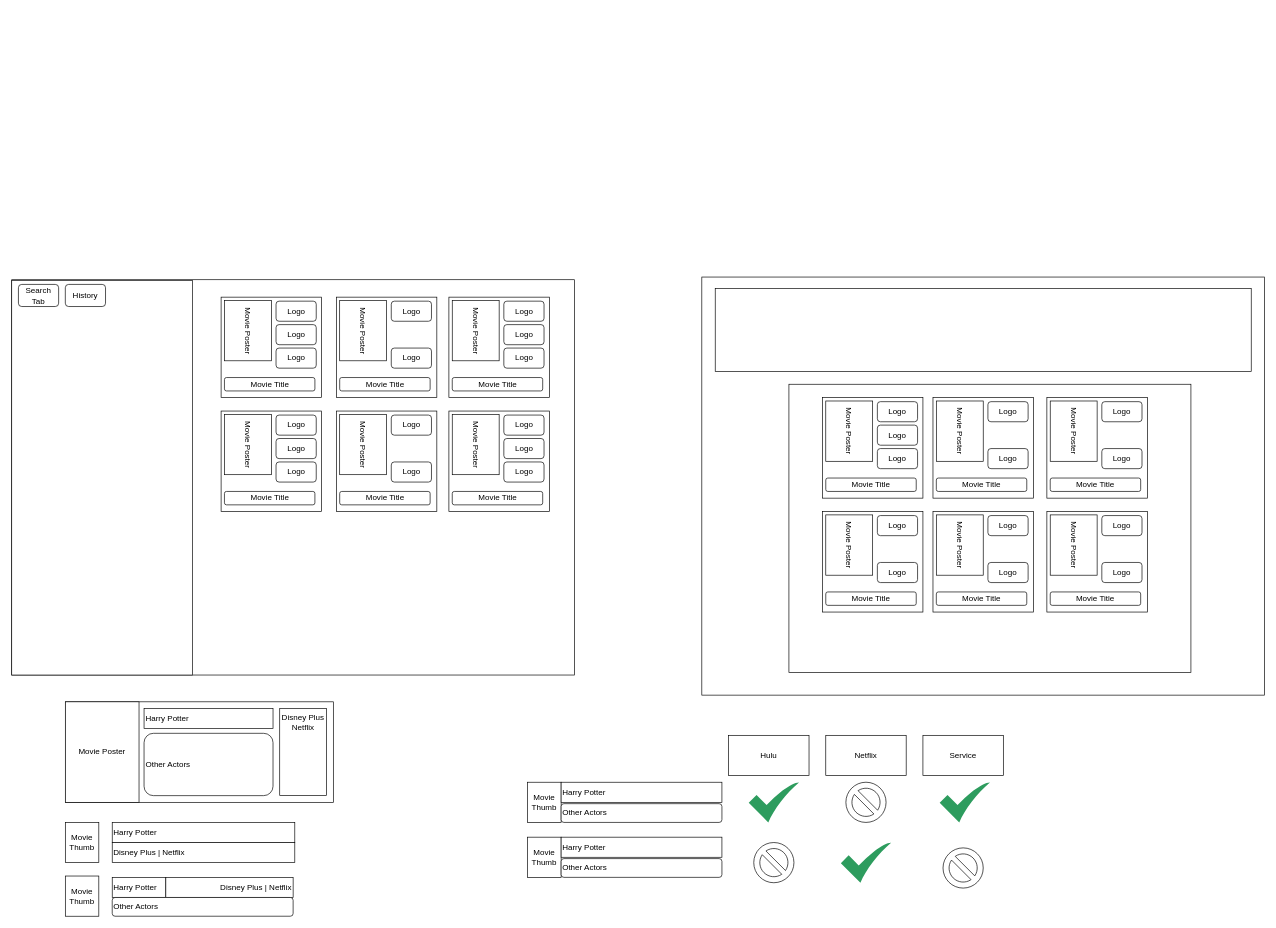
gatorhatur/stream-connect keeps this draw.io diagram as Stream Connect.drawio. Above is the earlier version. Source tidied: cells renumbered, new cells numbered last; positions are measured from the earlier drawing's top-left corner, leaving out a move shared by most shapes. Both pictures are drawn from the tidied source at 67%, with x=0, y=0 at pixel (11, 277).
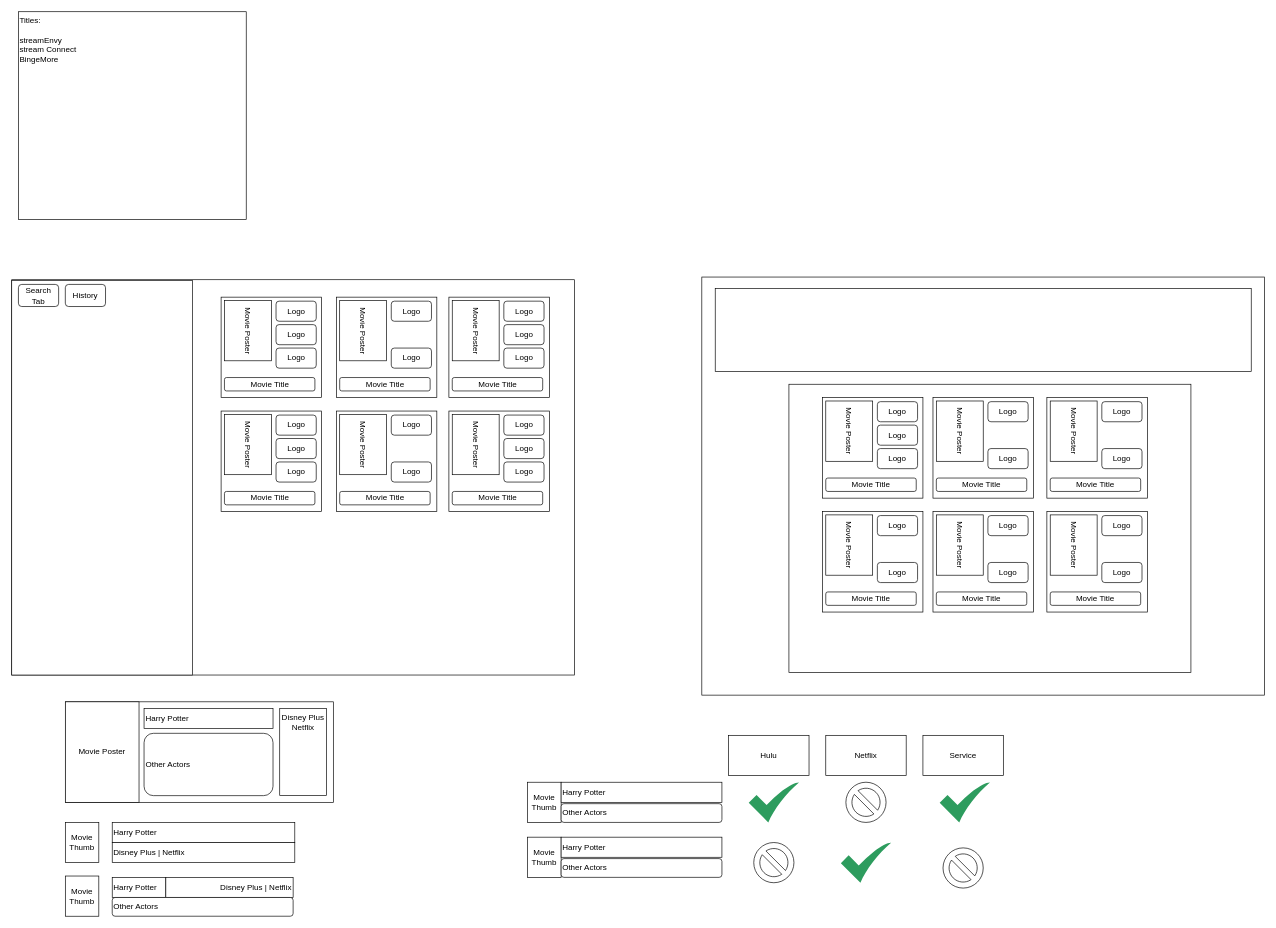
After the change.

The edit, as a diff of the source:
```diff
@@
+    <mxCell id="101" value="Titles:&lt;br&gt;&lt;br&gt;streamEnvy&lt;br&gt;stream Connect&lt;br&gt;BingeMore" style="rounded=0;whiteSpace=wrap;html=1;labelBackgroundColor=none;align=left;verticalAlign=top;" parent="1" vertex="1">
+      <mxGeometry x="10" y="-396" width="340" height="310" as="geometry" />
+    </mxCell>
```
